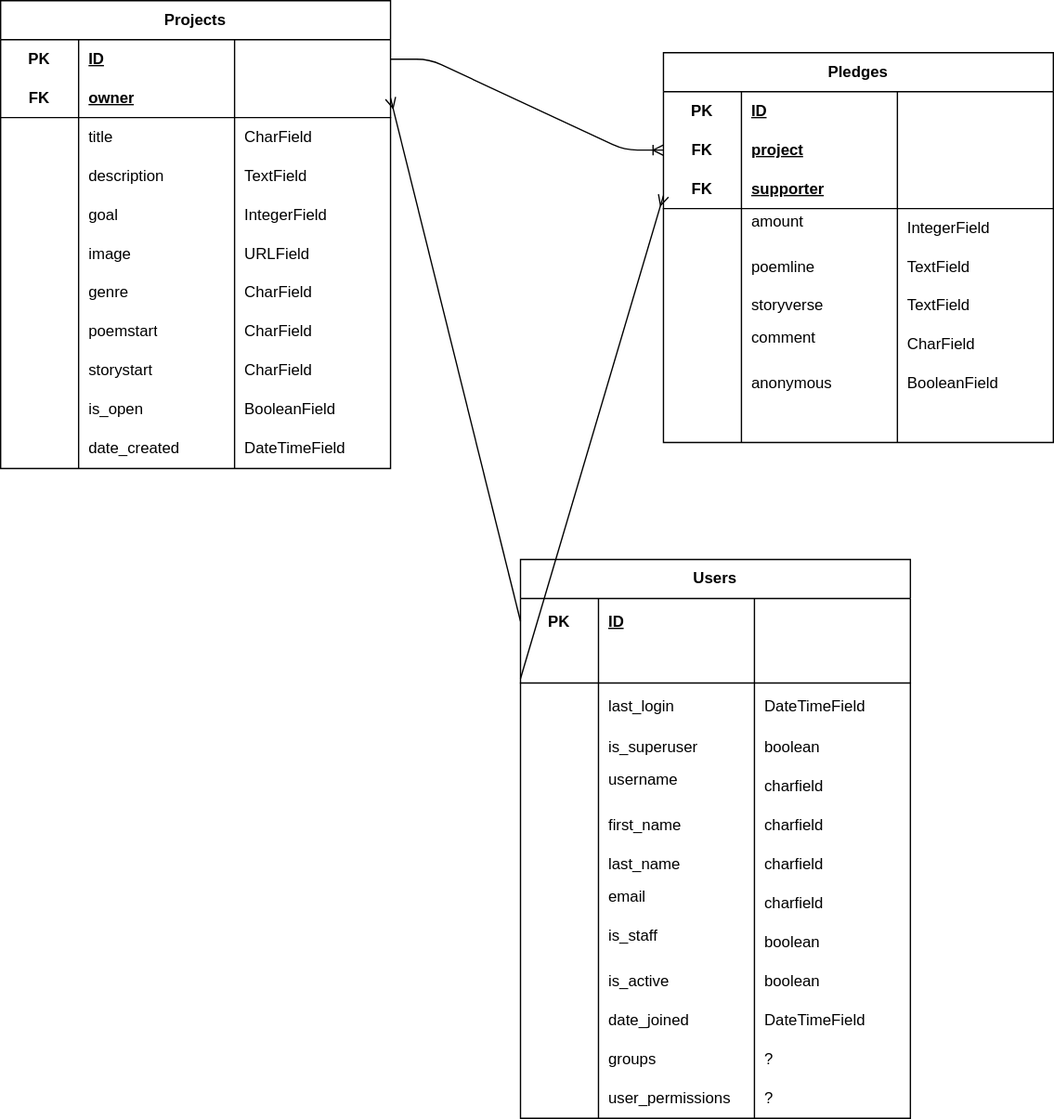
Above: database.drawio.svg in TimTam5566/plottwist_back_end (draw.io), before the change. Source tidied: cells renumbered, new cells last; positions are measured from the earlier drawing's top-left corner, leaving out a move shared by most shapes.
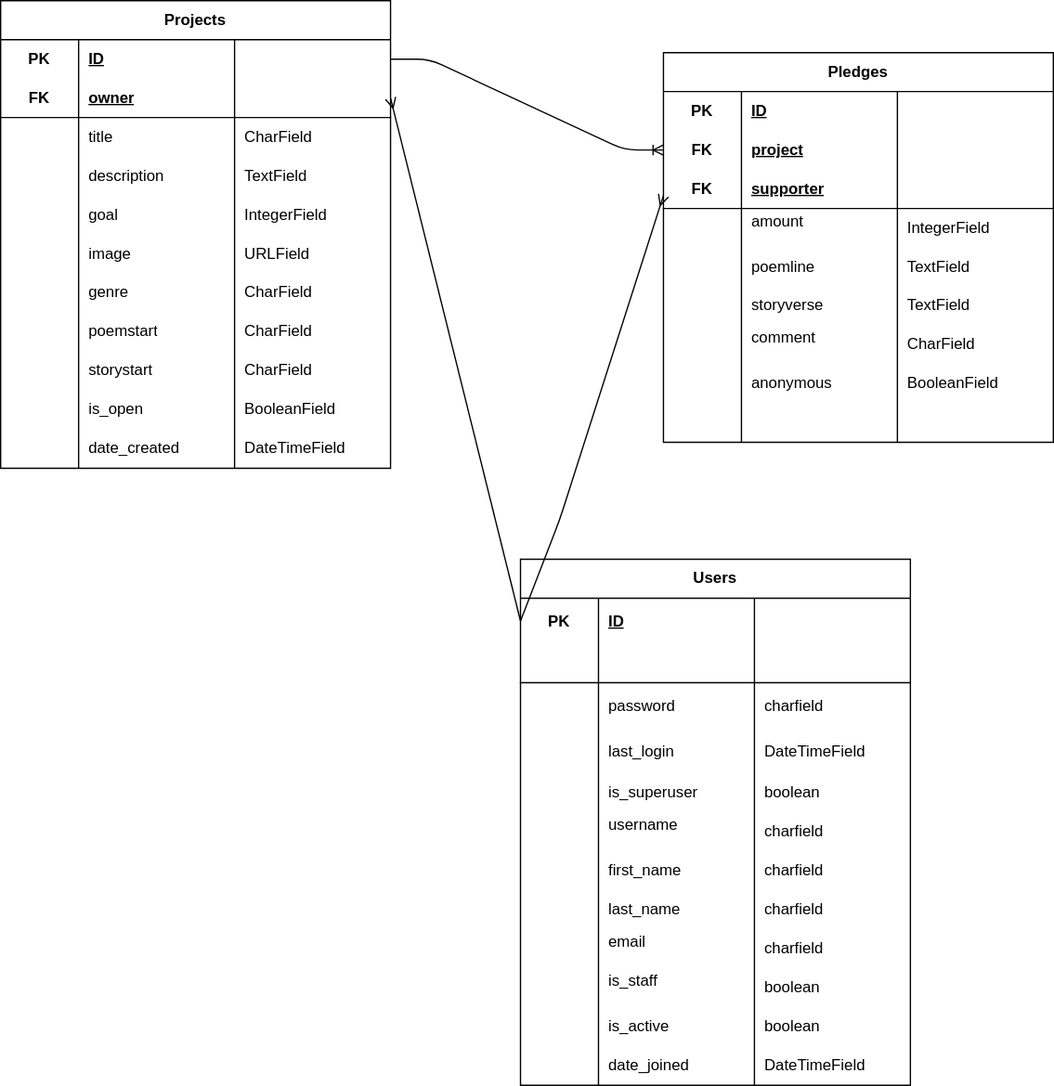
After the commit.

What changed in the source:
```diff
@@ -3,7 +3,7 @@
     <mxCell id="0" />
     <mxCell id="1" parent="0" />
     <mxCell id="2" value="Users" style="shape=table;startSize=30;rowLines=0;fontStyle=1;align=center;html=1;whiteSpace=wrap;" parent="1" vertex="1">
-      <mxGeometry x="400" y="430" width="300" height="430" as="geometry" />
+      <mxGeometry x="400" y="430" width="300" height="405" as="geometry" />
     </mxCell>
     <mxCell id="3" style="shape=tableRow;horizontal=0;startSize=0;swimlaneHead=0;swimlaneBody=0;fillColor=none;points=[[0,0.5],[1,0.5]];portConstraint=eastwest;top=0;left=0;right=0;bottom=0;html=1;" parent="2" vertex="1">
       <mxGeometry y="30" width="300" height="35" as="geometry" />
@@ -29,8 +29,20 @@
     <mxCell id="10" style="shape=partialRectangle;fillColor=none;top=0;left=0;bottom=0;right=0;align=left;spacingLeft=6;fontStyle=5;overflow=hidden;html=1;whiteSpace=wrap;" parent="7" vertex="1">
       <mxGeometry x="180" width="120" height="30" as="geometry" />
     </mxCell>
+    <mxCell id="140" style="shape=tableRow;horizontal=0;startSize=0;swimlaneHead=0;swimlaneBody=0;fillColor=none;top=0;left=0;right=0;bottom=0;html=1;" parent="2" vertex="1">
+      <mxGeometry y="95" width="300" height="35" as="geometry" />
+    </mxCell>
+    <mxCell id="141" style="shape=partialRectangle;fillColor=none;top=0;left=0;bottom=0;right=0;overflow=hidden;html=1;whiteSpace=wrap;" parent="140" vertex="1">
+      <mxGeometry width="60" height="35" as="geometry" />
+    </mxCell>
+    <mxCell id="142" value="password" style="shape=partialRectangle;fillColor=none;top=0;left=0;bottom=0;right=0;align=left;spacingLeft=6;overflow=hidden;html=1;whiteSpace=wrap;" parent="140" vertex="1">
+      <mxGeometry x="60" width="120" height="35" as="geometry" />
+    </mxCell>
+    <mxCell id="143" value="charfield" style="shape=partialRectangle;fillColor=none;top=0;left=0;bottom=0;right=0;align=left;spacingLeft=6;overflow=hidden;html=1;whiteSpace=wrap;" parent="140" vertex="1">
+      <mxGeometry x="180" width="120" height="35" as="geometry" />
+    </mxCell>
     <mxCell id="11" style="shape=tableRow;horizontal=0;startSize=0;swimlaneHead=0;swimlaneBody=0;fillColor=none;top=0;left=0;right=0;bottom=0;html=1;" parent="2" vertex="1">
-      <mxGeometry y="95" width="300" height="35" as="geometry" />
+      <mxGeometry y="130" width="300" height="35" as="geometry" />
     </mxCell>
     <mxCell id="12" style="shape=partialRectangle;fillColor=none;top=0;left=0;bottom=0;right=0;overflow=hidden;html=1;whiteSpace=wrap;" parent="11" vertex="1">
       <mxGeometry width="60" height="35" as="geometry" />
@@ -42,7 +54,7 @@
       <mxGeometry x="180" width="120" height="35" as="geometry" />
     </mxCell>
     <mxCell id="15" style="shape=tableRow;horizontal=0;startSize=0;swimlaneHead=0;swimlaneBody=0;fillColor=none;top=0;left=0;right=0;bottom=0;html=1;" parent="2" vertex="1">
-      <mxGeometry y="130" width="300" height="30" as="geometry" />
+      <mxGeometry y="165" width="300" height="30" as="geometry" />
     </mxCell>
     <mxCell id="16" style="shape=partialRectangle;fillColor=none;top=0;left=0;bottom=0;right=0;overflow=hidden;html=1;whiteSpace=wrap;" parent="15" vertex="1">
       <mxGeometry width="60" height="30" as="geometry" />
@@ -54,7 +66,7 @@
       <mxGeometry x="180" width="120" height="30" as="geometry" />
     </mxCell>
     <mxCell id="19" style="shape=tableRow;horizontal=0;startSize=0;swimlaneHead=0;swimlaneBody=0;fillColor=none;top=0;left=0;right=0;bottom=0;html=1;" parent="2" vertex="1">
-      <mxGeometry y="160" width="300" height="30" as="geometry" />
+      <mxGeometry y="195" width="300" height="30" as="geometry" />
     </mxCell>
     <mxCell id="20" style="shape=partialRectangle;fillColor=none;top=0;left=0;bottom=0;right=0;overflow=hidden;html=1;whiteSpace=wrap;" parent="19" vertex="1">
       <mxGeometry width="60" height="30" as="geometry" />
@@ -66,7 +78,7 @@
       <mxGeometry x="180" width="120" height="30" as="geometry" />
     </mxCell>
     <mxCell id="23" style="shape=tableRow;horizontal=0;startSize=0;swimlaneHead=0;swimlaneBody=0;fillColor=none;top=0;left=0;right=0;bottom=0;html=1;" parent="2" vertex="1">
-      <mxGeometry y="190" width="300" height="30" as="geometry" />
+      <mxGeometry y="225" width="300" height="30" as="geometry" />
     </mxCell>
     <mxCell id="24" style="shape=partialRectangle;fillColor=none;top=0;left=0;bottom=0;right=0;overflow=hidden;html=1;whiteSpace=wrap;" parent="23" vertex="1">
       <mxGeometry width="60" height="30" as="geometry" />
@@ -78,7 +90,7 @@
       <mxGeometry x="180" width="120" height="30" as="geometry" />
     </mxCell>
     <mxCell id="27" style="shape=tableRow;horizontal=0;startSize=0;swimlaneHead=0;swimlaneBody=0;fillColor=none;top=0;left=0;right=0;bottom=0;html=1;" parent="2" vertex="1">
-      <mxGeometry y="220" width="300" height="30" as="geometry" />
+      <mxGeometry y="255" width="300" height="30" as="geometry" />
     </mxCell>
     <mxCell id="28" style="shape=partialRectangle;fillColor=none;top=0;left=0;bottom=0;right=0;overflow=hidden;html=1;whiteSpace=wrap;" parent="27" vertex="1">
       <mxGeometry width="60" height="30" as="geometry" />
@@ -90,7 +102,7 @@
       <mxGeometry x="180" width="120" height="30" as="geometry" />
     </mxCell>
     <mxCell id="31" style="shape=tableRow;horizontal=0;startSize=0;swimlaneHead=0;swimlaneBody=0;fillColor=none;top=0;left=0;right=0;bottom=0;html=1;" parent="2" vertex="1">
-      <mxGeometry y="250" width="300" height="30" as="geometry" />
+      <mxGeometry y="285" width="300" height="30" as="geometry" />
     </mxCell>
     <mxCell id="32" style="shape=partialRectangle;fillColor=none;top=0;left=0;bottom=0;right=0;overflow=hidden;html=1;whiteSpace=wrap;" parent="31" vertex="1">
       <mxGeometry width="60" height="30" as="geometry" />
@@ -102,7 +114,7 @@
       <mxGeometry x="180" width="120" height="30" as="geometry" />
     </mxCell>
     <mxCell id="35" style="shape=tableRow;horizontal=0;startSize=0;swimlaneHead=0;swimlaneBody=0;fillColor=none;top=0;left=0;right=0;bottom=0;html=1;" parent="2" vertex="1">
-      <mxGeometry y="280" width="300" height="30" as="geometry" />
+      <mxGeometry y="315" width="300" height="30" as="geometry" />
     </mxCell>
     <mxCell id="36" style="shape=partialRectangle;fillColor=none;top=0;left=0;bottom=0;right=0;overflow=hidden;html=1;whiteSpace=wrap;" parent="35" vertex="1">
       <mxGeometry width="60" height="30" as="geometry" />
@@ -114,7 +126,7 @@
       <mxGeometry x="180" width="120" height="30" as="geometry" />
     </mxCell>
     <mxCell id="39" style="shape=tableRow;horizontal=0;startSize=0;swimlaneHead=0;swimlaneBody=0;fillColor=none;top=0;left=0;right=0;bottom=0;html=1;" parent="2" vertex="1">
-      <mxGeometry y="310" width="300" height="30" as="geometry" />
+      <mxGeometry y="345" width="300" height="30" as="geometry" />
     </mxCell>
     <mxCell id="40" style="shape=partialRectangle;fillColor=none;top=0;left=0;bottom=0;right=0;overflow=hidden;html=1;whiteSpace=wrap;" parent="39" vertex="1">
       <mxGeometry width="60" height="30" as="geometry" />
@@ -126,7 +138,7 @@
       <mxGeometry x="180" width="120" height="30" as="geometry" />
     </mxCell>
     <mxCell id="43" style="shape=tableRow;horizontal=0;startSize=0;swimlaneHead=0;swimlaneBody=0;fillColor=none;top=0;left=0;right=0;bottom=0;html=1;" parent="2" vertex="1">
-      <mxGeometry y="340" width="300" height="30" as="geometry" />
+      <mxGeometry y="375" width="300" height="30" as="geometry" />
     </mxCell>
     <mxCell id="44" style="shape=partialRectangle;fillColor=none;top=0;left=0;bottom=0;right=0;overflow=hidden;html=1;whiteSpace=wrap;" parent="43" vertex="1">
       <mxGeometry width="60" height="30" as="geometry" />
@@ -137,30 +149,6 @@
     <mxCell id="46" value="DateTimeField" style="shape=partialRectangle;fillColor=none;top=0;left=0;bottom=0;right=0;align=left;spacingLeft=6;overflow=hidden;html=1;whiteSpace=wrap;" parent="43" vertex="1">
       <mxGeometry x="180" width="120" height="30" as="geometry" />
     </mxCell>
-    <mxCell id="47" style="shape=tableRow;horizontal=0;startSize=0;swimlaneHead=0;swimlaneBody=0;fillColor=none;top=0;left=0;right=0;bottom=0;html=1;" parent="2" vertex="1">
-      <mxGeometry y="370" width="300" height="30" as="geometry" />
-    </mxCell>
-    <mxCell id="48" style="shape=partialRectangle;fillColor=none;top=0;left=0;bottom=0;right=0;overflow=hidden;html=1;whiteSpace=wrap;" parent="47" vertex="1">
-      <mxGeometry width="60" height="30" as="geometry" />
-    </mxCell>
-    <mxCell id="49" value="groups" style="shape=partialRectangle;fillColor=none;top=0;left=0;bottom=0;right=0;align=left;spacingLeft=6;overflow=hidden;html=1;whiteSpace=wrap;" parent="47" vertex="1">
-      <mxGeometry x="60" width="120" height="30" as="geometry" />
-    </mxCell>
-    <mxCell id="50" value="?" style="shape=partialRectangle;fillColor=none;top=0;left=0;bottom=0;right=0;align=left;spacingLeft=6;overflow=hidden;html=1;whiteSpace=wrap;" parent="47" vertex="1">
-      <mxGeometry x="180" width="120" height="30" as="geometry" />
-    </mxCell>
-    <mxCell id="51" style="shape=tableRow;horizontal=0;startSize=0;swimlaneHead=0;swimlaneBody=0;fillColor=none;top=0;left=0;right=0;bottom=0;html=1;" parent="2" vertex="1">
-      <mxGeometry y="400" width="300" height="30" as="geometry" />
-    </mxCell>
-    <mxCell id="52" style="shape=partialRectangle;fillColor=none;top=0;left=0;bottom=0;right=0;overflow=hidden;html=1;whiteSpace=wrap;" parent="51" vertex="1">
-      <mxGeometry width="60" height="30" as="geometry" />
-    </mxCell>
-    <mxCell id="53" value="user_permissions" style="shape=partialRectangle;fillColor=none;top=0;left=0;bottom=0;right=0;align=left;spacingLeft=6;overflow=hidden;html=1;whiteSpace=wrap;" parent="51" vertex="1">
-      <mxGeometry x="60" width="120" height="30" as="geometry" />
-    </mxCell>
-    <mxCell id="54" value="?" style="shape=partialRectangle;fillColor=none;top=0;left=0;bottom=0;right=0;align=left;spacingLeft=6;overflow=hidden;html=1;whiteSpace=wrap;" parent="51" vertex="1">
-      <mxGeometry x="180" width="120" height="30" as="geometry" />
-    </mxCell>
     <mxCell id="55" value="Projects" style="shape=table;startSize=30;rowLines=0;fontStyle=1;align=center;html=1;whiteSpace=wrap;" parent="1" vertex="1">
       <mxGeometry width="300" height="360" as="geometry" />
     </mxCell>
@@ -413,9 +401,12 @@
     <mxCell id="138" style="edgeStyle=none;html=1;exitX=0;exitY=0.5;exitDx=0;exitDy=0;entryX=1;entryY=0.5;entryDx=0;entryDy=0;endArrow=ERmany;endFill=0;" parent="1" edge="1" source="3" target="60">
       <mxGeometry relative="1" as="geometry" />
     </mxCell>
-    <mxCell id="139" style="edgeStyle=none;html=1;endArrow=ERmany;endFill=0;exitX=0;exitY=0.213;exitDx=0;exitDy=0;exitPerimeter=0;" parent="1" edge="1" source="2">
+    <mxCell id="139" style="edgeStyle=none;html=1;endArrow=ERmany;endFill=0;exitX=0;exitY=0.5;exitDx=0;exitDy=0;" parent="1" edge="1" source="3">
       <mxGeometry relative="1" as="geometry">
         <mxPoint x="510" y="150" as="targetPoint" />
+        <Array as="points">
+          <mxPoint x="430" y="400" />
+        </Array>
       </mxGeometry>
     </mxCell>
   </root>
```
